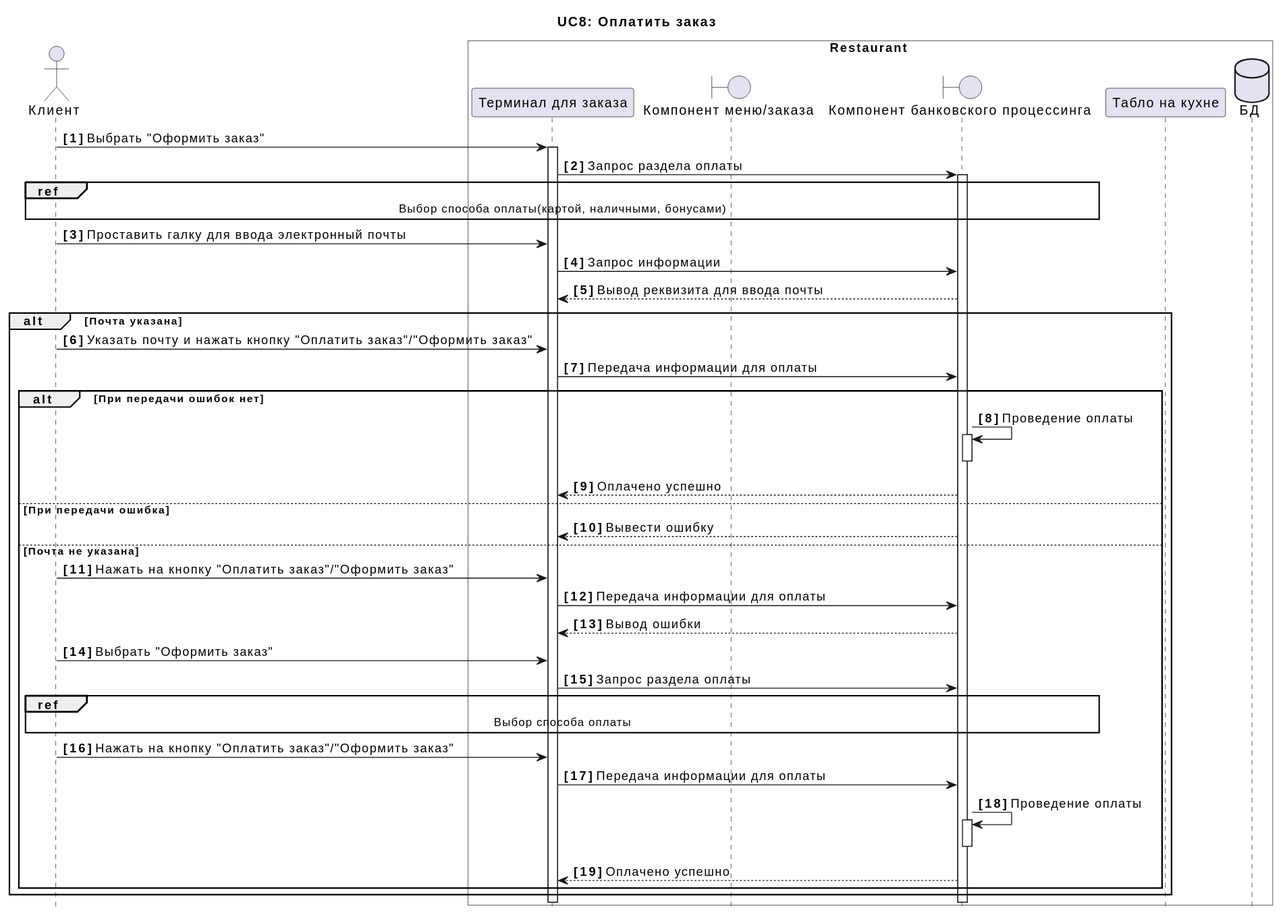
This is docs/diagrams/include/UC8.svg from xxx996/OTUS_Restaraunt, a PlantUML export, as it was before one commit.
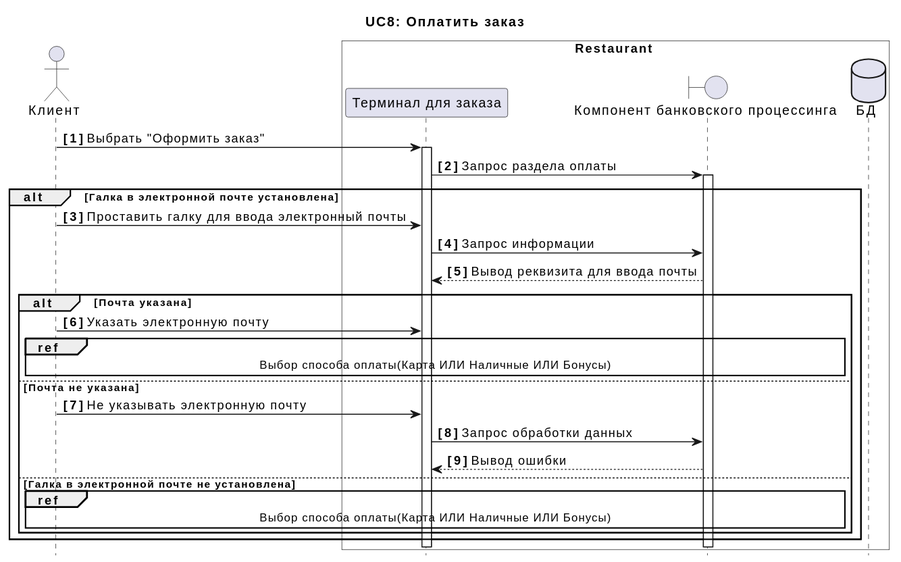
After the commit.

Diff of the diagram source:
```diff
@@ -4,9 +4,7 @@
 title UC8: Оплатить заказ
 box Restaurant #Transparent
 participant  "Терминал для заказа" as A
-boundary "Компонент меню/заказа" as F
 boundary "Компонент банковского процессинга" as B
-participant "Табло на кухне" as D
 dataBase "БД" as DB
 end box
 hide footbox
@@ -14,45 +12,33 @@
 C -> A++:  Выбрать "Оформить заказ"
 
 A -> B++:  Запрос раздела оплаты
-ref over C, B:  Выбор способа оплаты(картой, наличными, бонусами)
+
+alt Галка в электронной почте установлена
 
 C -> A:  Проставить галку для ввода электронный почты
 A -> B:  Запрос информации
 A <-- B:  Вывод реквизита для ввода почты
 
+
 alt Почта указана
 
-C -> A:  Указать почту и нажать кнопку "Оплатить заказ"/"Оформить заказ"
+C -> A:  Указать электронную почту
 
+ref over C, B:  Выбор способа оплаты(Карта ИЛИ Наличные ИЛИ Бонусы)
 
-A -> B:  Передача информации для оплаты
-
-alt При передачи ошибок нет
-
-B -> B++:  Проведение оплаты
-B--
-A <-- B:  Оплачено успешно
-
-else При передачи ошибка
-
-B --> A:  Вывести ошибку
 
 
 else Почта не указана
 
-C -> A: Нажать на кнопку "Оплатить заказ"/"Оформить заказ"
-A -> B:  Передача информации для оплаты
+C -> A: Не указывать электронную почту
+A -> B:  Запрос обработки данных
 A <-- B:  Вывод ошибки
 
-C -> A:  Выбрать "Оформить заказ"
 
-A -> B:  Запрос раздела оплаты
-ref over C, B:  Выбор способа оплаты
-C -> A: Нажать на кнопку "Оплатить заказ"/"Оформить заказ"
-A -> B:  Передача информации для оплаты
-B -> B++:  Проведение оплаты
-B--
-A <-- B:  Оплачено успешно
+
+else Галка в электронной почте не установлена
+
+ref over C, B:  Выбор способа оплаты(Карта ИЛИ Наличные ИЛИ Бонусы)
 
 
 
```
